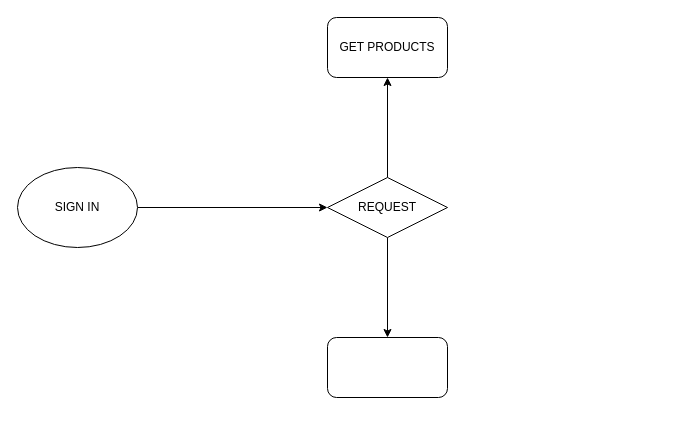
This is PEEBO.drawio from sprusrxeroxx/PEEBO, a draw.io file, before an edit. Source tidied: cells renumbered, new cells numbered last; positions are measured from the earlier drawing's top-left corner, leaving out a move shared by most shapes. Both pictures are drawn from the tidied source at 100%, with x=0, y=0 at pixel (17, 17).
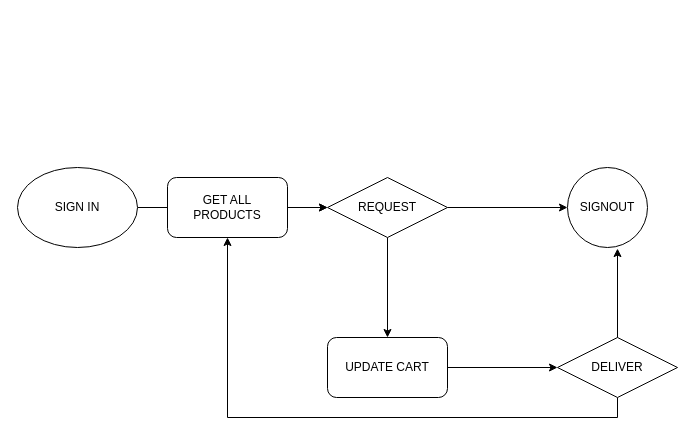
After the change.

The edit, as a diff of the source:
```diff
@@
 <mxGraphModel>
   <root>
     <mxCell id="0" />
     <mxCell id="1" parent="0" />
     <mxCell id="2" style="edgeStyle=orthogonalEdgeStyle;rounded=0;jettySize=auto;html=1;exitX=1;exitY=0.5;exitDx=0;exitDy=0;" parent="1" edge="1" source="3" target="6">
       <mxGeometry relative="1" as="geometry" />
     </mxCell>
     <mxCell id="3" value="SIGN IN" style="ellipse;whiteSpace=wrap;html=1;" parent="1" vertex="1">
       <mxGeometry y="150" width="120" height="80" as="geometry" />
     </mxCell>
-    <mxCell id="4" style="edgeStyle=orthogonalEdgeStyle;rounded=0;jettySize=auto;html=1;exitX=0.5;exitY=0;exitDx=0;exitDy=0;entryX=0.5;entryY=1;entryDx=0;entryDy=0;" parent="1" edge="1" source="6" target="7">
-      <mxGeometry relative="1" as="geometry" />
-    </mxCell>
     <mxCell id="5" style="edgeStyle=orthogonalEdgeStyle;rounded=0;jettySize=auto;html=1;exitX=0.5;exitY=1;exitDx=0;exitDy=0;entryX=0.5;entryY=0;entryDx=0;entryDy=0;" parent="1" edge="1" source="6" target="8">
       <mxGeometry relative="1" as="geometry" />
     </mxCell>
+    <mxCell id="9" style="edgeStyle=orthogonalEdgeStyle;rounded=0;jettySize=auto;html=1;exitX=1;exitY=0.5;exitDx=0;exitDy=0;" parent="1" edge="1" source="6" target="12">
+      <mxGeometry relative="1" as="geometry" />
+    </mxCell>
     <mxCell id="6" value="REQUEST" style="rounded=0;whiteSpace=wrap;html=1;shape=rhombus;perimeter=rhombusPerimeter;" parent="1" vertex="1">
       <mxGeometry x="310" y="160" width="120" height="60" as="geometry" />
     </mxCell>
+    <mxCell id="10" style="edgeStyle=orthogonalEdgeStyle;rounded=0;jettySize=auto;html=1;" parent="1" edge="1" source="7" target="6">
+      <mxGeometry relative="1" as="geometry" />
+    </mxCell>
-    <mxCell id="7" value="GET PRODUCTS" style="rounded=1;whiteSpace=wrap;html=1;" parent="1" vertex="1">
-      <mxGeometry x="310" width="120" height="60" as="geometry" />
+    <mxCell id="7" value="GET ALL PRODUCTS" style="rounded=1;whiteSpace=wrap;html=1;" parent="1" vertex="1">
+      <mxGeometry x="150" y="160" width="120" height="60" as="geometry" />
     </mxCell>
+    <mxCell id="11" style="edgeStyle=orthogonalEdgeStyle;rounded=0;jettySize=auto;html=1;exitX=1;exitY=0.5;exitDx=0;exitDy=0;" parent="1" edge="1" source="8" target="14">
+      <mxGeometry relative="1" as="geometry" />
+    </mxCell>
-    <mxCell id="8" style="rounded=1;whiteSpace=wrap;html=1;" parent="1" vertex="1">
+    <mxCell id="8" value="UPDATE CART" style="rounded=1;whiteSpace=wrap;html=1;" parent="1" vertex="1">
       <mxGeometry x="310" y="320" width="120" height="60" as="geometry" />
     </mxCell>
+    <mxCell id="12" value="SIGNOUT" style="ellipse;whiteSpace=wrap;html=1;" parent="1" vertex="1">
+      <mxGeometry x="550" y="150" width="80" height="80" as="geometry" />
+    </mxCell>
+    <mxCell id="13" style="edgeStyle=orthogonalEdgeStyle;rounded=0;jettySize=auto;html=1;exitX=0.5;exitY=1;exitDx=0;exitDy=0;" parent="1" edge="1" source="14" target="7">
+      <mxGeometry relative="1" as="geometry" />
+    </mxCell>
+    <mxCell id="14" value="DELIVER" style="rounded=0;whiteSpace=wrap;html=1;shape=rhombus;perimeter=rhombusPerimeter;" parent="1" vertex="1">
+      <mxGeometry x="540" y="320" width="120" height="60" as="geometry" />
+    </mxCell>
+    <mxCell id="15" style="edgeStyle=orthogonalEdgeStyle;rounded=0;jettySize=auto;html=1;entryX=0.625;entryY=1.013;entryDx=0;entryDy=0;entryPerimeter=0;" parent="1" edge="1" source="14" target="12">
+      <mxGeometry relative="1" as="geometry" />
+    </mxCell>
   </root>
 </mxGraphModel>
```
